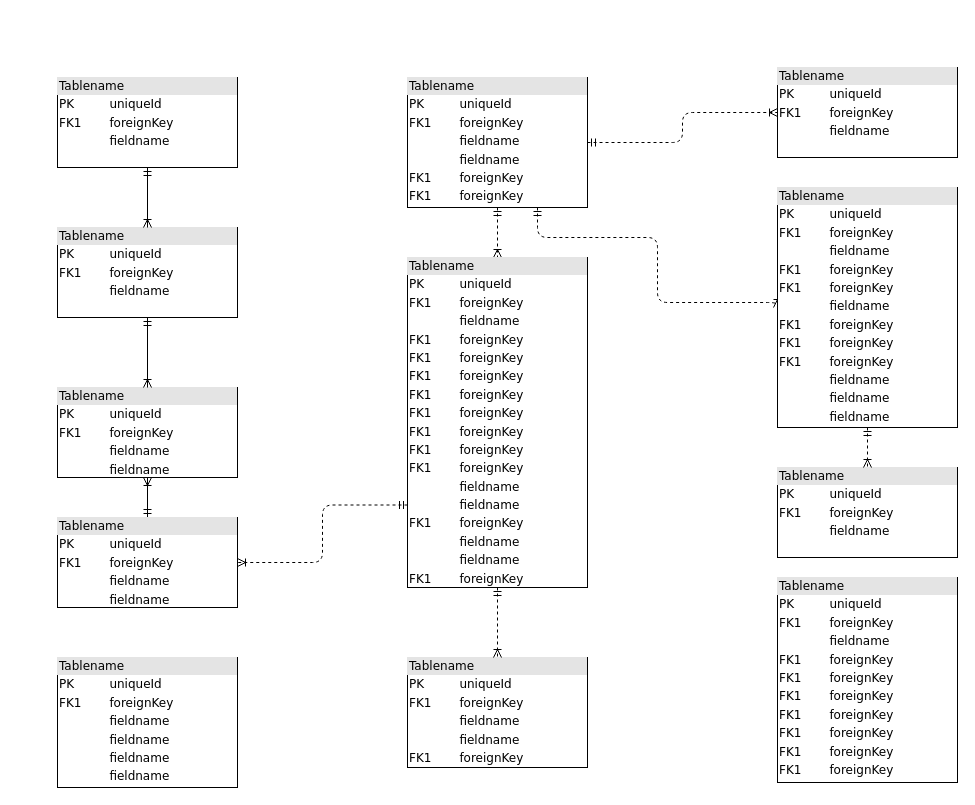
This is Untitled Diagram.drawio from Weather888/Diagrams, a draw.io file, before an edit. Source tidied: cells renumbered, new cells numbered last; positions are measured from the earlier drawing's top-left corner, leaving out a move shared by most shapes. Both pictures are drawn from the tidied source at 100%, with x=0, y=0 at pixel (57, 67).
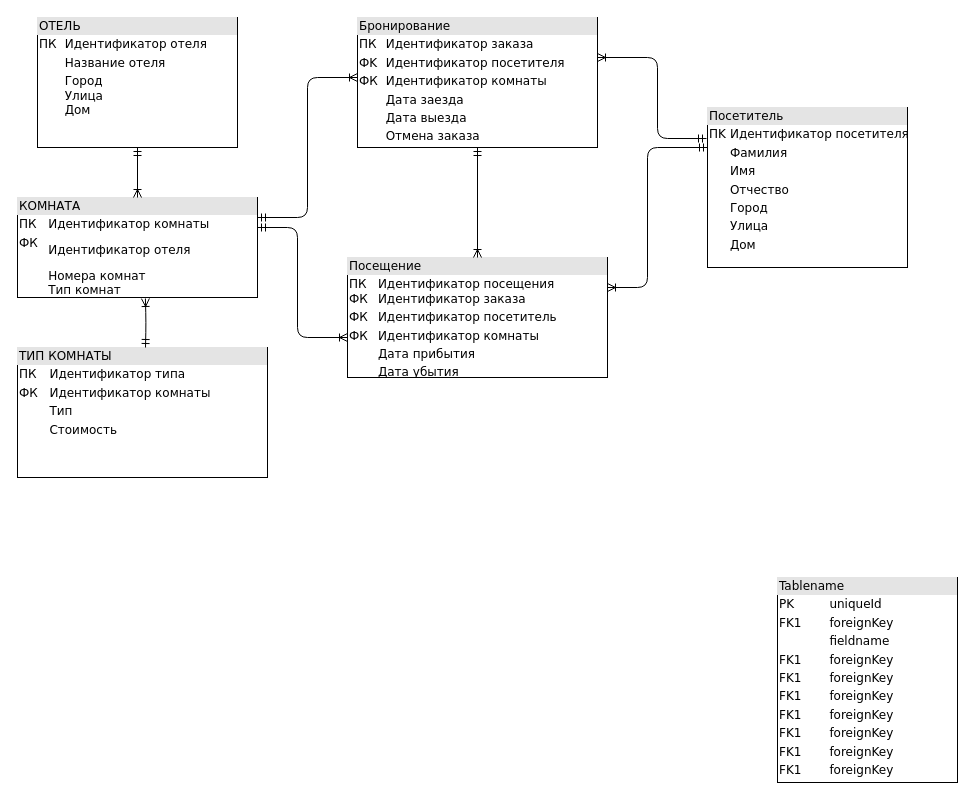
The same diagram, later.

Change to the diagram source:
```diff
@@
-    <mxCell id="2" value="&lt;div style=&quot;box-sizing:border-box;width:100%;background:#e4e4e4;padding:2px;&quot;&gt;Tablename&lt;/div&gt;&lt;table style=&quot;width:100%;font-size:1em;&quot; cellpadding=&quot;2&quot; cellspacing=&quot;0&quot;&gt;&lt;tr&gt;&lt;td&gt;PK&lt;/td&gt;&lt;td&gt;uniqueId&lt;/td&gt;&lt;/tr&gt;&lt;tr&gt;&lt;td&gt;FK1&lt;/td&gt;&lt;td&gt;foreignKey&lt;/td&gt;&lt;/tr&gt;&lt;tr&gt;&lt;td&gt;&lt;/td&gt;&lt;td&gt;fieldname&lt;/td&gt;&lt;/tr&gt;&lt;/table&gt;" style="verticalAlign=top;align=left;overflow=fill;html=1;rounded=0;shadow=0;comic=0;labelBackgroundColor=none;strokeWidth=1;fontFamily=Verdana;fontSize=12;" parent="1" vertex="1">
-      <mxGeometry y="10" width="180" height="90" as="geometry" />
+    <mxCell id="2" value="&lt;div style=&quot;box-sizing: border-box ; width: 100% ; background: #e4e4e4 ; padding: 2px&quot;&gt;ОТЕЛЬ&lt;/div&gt;&lt;table style=&quot;width: 100% ; font-size: 1em&quot; cellpadding=&quot;2&quot; cellspacing=&quot;0&quot;&gt;&lt;tbody&gt;&lt;tr&gt;&lt;td&gt;ПК&lt;/td&gt;&lt;td&gt;Идентификатор отеля&lt;/td&gt;&lt;/tr&gt;&lt;tr&gt;&lt;td&gt;&lt;br&gt;&lt;/td&gt;&lt;td&gt;Название отеля&lt;/td&gt;&lt;/tr&gt;&lt;tr&gt;&lt;td&gt;&lt;/td&gt;&lt;td&gt;Город &lt;br&gt;Улица &lt;br&gt;Дом&lt;br&gt;&lt;br&gt;&lt;/td&gt;&lt;/tr&gt;&lt;/tbody&gt;&lt;/table&gt;" style="verticalAlign=top;align=left;overflow=fill;html=1;rounded=0;shadow=0;comic=0;labelBackgroundColor=none;strokeWidth=1;fontFamily=Verdana;fontSize=12;" parent="1" vertex="1">
+      <mxGeometry x="-20" y="-50" width="200" height="130" as="geometry" />
     </mxCell>
-    <mxCell id="3" style="edgeStyle=orthogonalEdgeStyle;html=1;entryX=0.5;entryY=0;dashed=1;labelBackgroundColor=none;startArrow=ERmandOne;endArrow=ERoneToMany;fontFamily=Verdana;fontSize=12;align=left;" parent="1" edge="1" source="6" target="16">
-      <mxGeometry relative="1" as="geometry" />
-    </mxCell>
-    <mxCell id="4" style="edgeStyle=orthogonalEdgeStyle;html=1;dashed=1;labelBackgroundColor=none;startArrow=ERmandOne;endArrow=ERoneToMany;fontFamily=Verdana;fontSize=12;align=left;entryX=0;entryY=0.5;" parent="1" edge="1" source="6" target="19">
-      <mxGeometry relative="1" as="geometry">
-        <Array as="points">
-          <mxPoint x="480" y="170" />
-          <mxPoint x="600" y="170" />
-          <mxPoint x="600" y="235" />
-        </Array>
-      </mxGeometry>
-    </mxCell>
-    <mxCell id="5" style="edgeStyle=orthogonalEdgeStyle;html=1;dashed=1;labelBackgroundColor=none;startArrow=ERmandOne;endArrow=ERoneToMany;fontFamily=Verdana;fontSize=12;align=left;" parent="1" edge="1" source="6" target="20">
-      <mxGeometry relative="1" as="geometry" />
-    </mxCell>
-    <mxCell id="6" value="&lt;div style=&quot;box-sizing: border-box ; width: 100% ; background: #e4e4e4 ; padding: 2px&quot;&gt;Tablename&lt;/div&gt;&lt;table style=&quot;width: 100% ; font-size: 1em&quot; cellpadding=&quot;2&quot; cellspacing=&quot;0&quot;&gt;&lt;tbody&gt;&lt;tr&gt;&lt;td&gt;PK&lt;/td&gt;&lt;td&gt;uniqueId&lt;/td&gt;&lt;/tr&gt;&lt;tr&gt;&lt;td&gt;FK1&lt;/td&gt;&lt;td&gt;foreignKey&lt;/td&gt;&lt;/tr&gt;&lt;tr&gt;&lt;td&gt;&lt;/td&gt;&lt;td&gt;fieldname&lt;/td&gt;&lt;/tr&gt;&lt;tr&gt;&lt;td&gt;&lt;br&gt;&lt;/td&gt;&lt;td&gt;fieldname&lt;br&gt;&lt;/td&gt;&lt;/tr&gt;&lt;tr&gt;&lt;td&gt;FK1&lt;br&gt;&lt;/td&gt;&lt;td&gt;foreignKey&lt;br&gt;&lt;/td&gt;&lt;/tr&gt;&lt;tr&gt;&lt;td&gt;FK1&lt;br&gt;&lt;/td&gt;&lt;td&gt;foreignKey&lt;br&gt;&lt;/td&gt;&lt;/tr&gt;&lt;/tbody&gt;&lt;/table&gt;" style="verticalAlign=top;align=left;overflow=fill;html=1;rounded=0;shadow=0;comic=0;labelBackgroundColor=none;strokeWidth=1;fontFamily=Verdana;fontSize=12;" parent="1" vertex="1">
-      <mxGeometry x="350" y="10" width="180" height="130" as="geometry" />
+    <mxCell id="6" value="&lt;div style=&quot;box-sizing: border-box ; width: 100% ; background: #e4e4e4 ; padding: 2px&quot;&gt;Бронирование&lt;/div&gt;&lt;table style=&quot;width: 100% ; font-size: 1em&quot; cellpadding=&quot;2&quot; cellspacing=&quot;0&quot;&gt;&lt;tbody&gt;&lt;tr&gt;&lt;td&gt;ПК&lt;/td&gt;&lt;td&gt;Идентификатор заказа&lt;/td&gt;&lt;/tr&gt;&lt;tr&gt;&lt;td&gt;ФK&lt;/td&gt;&lt;td&gt;Идентификатор посетителя&lt;/td&gt;&lt;/tr&gt;&lt;tr&gt;&lt;td&gt;ФК&lt;/td&gt;&lt;td&gt;Идентификатор комнаты&lt;br&gt;&lt;/td&gt;&lt;/tr&gt;&lt;tr&gt;&lt;td&gt;&lt;br&gt;&lt;/td&gt;&lt;td&gt;Дата заезда&lt;br&gt;&lt;/td&gt;&lt;/tr&gt;&lt;tr&gt;&lt;td&gt;&lt;br&gt;&lt;/td&gt;&lt;td&gt;Дата выезда&lt;/td&gt;&lt;/tr&gt;&lt;tr&gt;&lt;td&gt;&lt;br&gt;&lt;/td&gt;&lt;td&gt;Отмена заказа&lt;/td&gt;&lt;/tr&gt;&lt;/tbody&gt;&lt;/table&gt;" style="verticalAlign=top;align=left;overflow=fill;html=1;rounded=0;shadow=0;comic=0;labelBackgroundColor=none;strokeWidth=1;fontFamily=Verdana;fontSize=12;" parent="1" vertex="1">
+      <mxGeometry x="300" y="-50" width="240" height="130" as="geometry" />
     </mxCell>
-    <mxCell id="7" style="edgeStyle=orthogonalEdgeStyle;html=1;labelBackgroundColor=none;startArrow=ERmandOne;endArrow=ERoneToMany;fontFamily=Verdana;fontSize=12;align=left;" parent="1" edge="1" source="9" target="10">
-      <mxGeometry relative="1" as="geometry" />
-    </mxCell>
-    <mxCell id="8" style="edgeStyle=orthogonalEdgeStyle;html=1;exitX=0;exitY=0.75;entryX=1;entryY=0.5;dashed=1;labelBackgroundColor=none;startArrow=ERmandOne;endArrow=ERoneToMany;fontFamily=Verdana;fontSize=12;align=left;" parent="1" edge="1" source="16" target="9">
-      <mxGeometry relative="1" as="geometry" />
-    </mxCell>
-    <mxCell id="9" value="&lt;div style=&quot;box-sizing: border-box ; width: 100% ; background: #e4e4e4 ; padding: 2px&quot;&gt;Tablename&lt;/div&gt;&lt;table style=&quot;width: 100% ; font-size: 1em&quot; cellpadding=&quot;2&quot; cellspacing=&quot;0&quot;&gt;&lt;tbody&gt;&lt;tr&gt;&lt;td&gt;PK&lt;/td&gt;&lt;td&gt;uniqueId&lt;/td&gt;&lt;/tr&gt;&lt;tr&gt;&lt;td&gt;FK1&lt;/td&gt;&lt;td&gt;foreignKey&lt;/td&gt;&lt;/tr&gt;&lt;tr&gt;&lt;td&gt;&lt;/td&gt;&lt;td&gt;fieldname&lt;/td&gt;&lt;/tr&gt;&lt;tr&gt;&lt;td&gt;&lt;br&gt;&lt;/td&gt;&lt;td&gt;fieldname&lt;br&gt;&lt;/td&gt;&lt;/tr&gt;&lt;/tbody&gt;&lt;/table&gt;" style="verticalAlign=top;align=left;overflow=fill;html=1;rounded=0;shadow=0;comic=0;labelBackgroundColor=none;strokeWidth=1;fontFamily=Verdana;fontSize=12;" parent="1" vertex="1">
-      <mxGeometry y="450" width="180" height="90" as="geometry" />
-    </mxCell>
+    <mxCell id="23" style="edgeStyle=orthogonalEdgeStyle;rounded=0;orthogonalLoop=1;jettySize=auto;html=1;" parent="1" edge="1">
+      <mxGeometry relative="1" as="geometry">
+        <mxPoint x="90" y="310" as="sourcePoint" />
+        <mxPoint x="90" y="310" as="targetPoint" />
+      </mxGeometry>
+    </mxCell>
+    <mxCell id="24" style="edgeStyle=orthogonalEdgeStyle;rounded=0;jettySize=auto;html=1;exitX=0.5;exitY=0;exitDx=0;exitDy=0;" parent="1" edge="1" source="10">
+      <mxGeometry relative="1" as="geometry">
+        <mxPoint x="90" y="290" as="targetPoint" />
+      </mxGeometry>
+    </mxCell>
-    <mxCell id="10" value="&lt;div style=&quot;box-sizing: border-box ; width: 100% ; background: #e4e4e4 ; padding: 2px&quot;&gt;Tablename&lt;/div&gt;&lt;table style=&quot;width: 100% ; font-size: 1em&quot; cellpadding=&quot;2&quot; cellspacing=&quot;0&quot;&gt;&lt;tbody&gt;&lt;tr&gt;&lt;td&gt;PK&lt;/td&gt;&lt;td&gt;uniqueId&lt;/td&gt;&lt;/tr&gt;&lt;tr&gt;&lt;td&gt;FK1&lt;/td&gt;&lt;td&gt;foreignKey&lt;/td&gt;&lt;/tr&gt;&lt;tr&gt;&lt;td&gt;&lt;/td&gt;&lt;td&gt;fieldname&lt;/td&gt;&lt;/tr&gt;&lt;tr&gt;&lt;td&gt;&lt;br&gt;&lt;/td&gt;&lt;td&gt;fieldname&lt;br&gt;&lt;/td&gt;&lt;/tr&gt;&lt;/tbody&gt;&lt;/table&gt;" style="verticalAlign=top;align=left;overflow=fill;html=1;rounded=0;shadow=0;comic=0;labelBackgroundColor=none;strokeWidth=1;fontFamily=Verdana;fontSize=12;" parent="1" vertex="1">
-      <mxGeometry y="320" width="180" height="90" as="geometry" />
+    <mxCell id="10" value="&lt;div style=&quot;box-sizing: border-box ; width: 100% ; background: #e4e4e4 ; padding: 2px&quot;&gt;ТИП КОМНАТЫ&lt;/div&gt;&lt;table style=&quot;width: 100% ; font-size: 1em&quot; cellpadding=&quot;2&quot; cellspacing=&quot;0&quot;&gt;&lt;tbody&gt;&lt;tr&gt;&lt;td&gt;ПК&lt;/td&gt;&lt;td&gt;Идентификатор типа&lt;/td&gt;&lt;/tr&gt;&lt;tr&gt;&lt;td&gt;ФК&lt;/td&gt;&lt;td&gt;Идентификатор комнаты&lt;br&gt;&lt;/td&gt;&lt;/tr&gt;&lt;tr&gt;&lt;td&gt;&lt;/td&gt;&lt;td&gt;Тип&lt;/td&gt;&lt;/tr&gt;&lt;tr&gt;&lt;td&gt;&lt;br&gt;&lt;/td&gt;&lt;td&gt;Стоимость&lt;/td&gt;&lt;/tr&gt;&lt;/tbody&gt;&lt;/table&gt;" style="verticalAlign=top;align=left;overflow=fill;html=1;rounded=0;shadow=0;comic=0;labelBackgroundColor=none;strokeWidth=1;fontFamily=Verdana;fontSize=12;" parent="1" vertex="1">
+      <mxGeometry x="-40" y="280" width="250" height="130" as="geometry" />
     </mxCell>
-    <mxCell id="11" style="edgeStyle=orthogonalEdgeStyle;html=1;entryX=0.5;entryY=0;labelBackgroundColor=none;startArrow=ERmandOne;endArrow=ERoneToMany;fontFamily=Verdana;fontSize=12;align=left;" parent="1" edge="1" source="12" target="10">
-      <mxGeometry relative="1" as="geometry" />
-    </mxCell>
-    <mxCell id="12" value="&lt;div style=&quot;box-sizing:border-box;width:100%;background:#e4e4e4;padding:2px;&quot;&gt;Tablename&lt;/div&gt;&lt;table style=&quot;width:100%;font-size:1em;&quot; cellpadding=&quot;2&quot; cellspacing=&quot;0&quot;&gt;&lt;tr&gt;&lt;td&gt;PK&lt;/td&gt;&lt;td&gt;uniqueId&lt;/td&gt;&lt;/tr&gt;&lt;tr&gt;&lt;td&gt;FK1&lt;/td&gt;&lt;td&gt;foreignKey&lt;/td&gt;&lt;/tr&gt;&lt;tr&gt;&lt;td&gt;&lt;/td&gt;&lt;td&gt;fieldname&lt;/td&gt;&lt;/tr&gt;&lt;/table&gt;" style="verticalAlign=top;align=left;overflow=fill;html=1;rounded=0;shadow=0;comic=0;labelBackgroundColor=none;strokeWidth=1;fontFamily=Verdana;fontSize=12;" parent="1" vertex="1">
-      <mxGeometry y="160" width="180" height="90" as="geometry" />
+    <mxCell id="12" value="&lt;div style=&quot;box-sizing: border-box ; width: 100% ; background: #e4e4e4 ; padding: 2px&quot;&gt;КОМНАТА&lt;/div&gt;&lt;table style=&quot;width: 100% ; font-size: 1em&quot; cellpadding=&quot;2&quot; cellspacing=&quot;0&quot;&gt;&lt;tbody&gt;&lt;tr&gt;&lt;td&gt;ПК&lt;/td&gt;&lt;td&gt;Идентификатор комнаты&lt;/td&gt;&lt;/tr&gt;&lt;tr&gt;&lt;td&gt;ФК&lt;br&gt;&lt;br&gt;&lt;/td&gt;&lt;td&gt;Идентификатор отеля&lt;/td&gt;&lt;/tr&gt;&lt;tr&gt;&lt;td&gt;&lt;/td&gt;&lt;td&gt;Номера комнат &lt;br&gt;Тип комнат&lt;/td&gt;&lt;/tr&gt;&lt;/tbody&gt;&lt;/table&gt;" style="verticalAlign=top;align=left;overflow=fill;html=1;rounded=0;shadow=0;comic=0;labelBackgroundColor=none;strokeWidth=1;fontFamily=Verdana;fontSize=12;" parent="1" vertex="1">
+      <mxGeometry x="-40" y="130" width="240" height="100" as="geometry" />
     </mxCell>
@@
-    <mxCell id="14" value="&lt;div style=&quot;box-sizing: border-box ; width: 100% ; background: #e4e4e4 ; padding: 2px&quot;&gt;Tablename&lt;/div&gt;&lt;table style=&quot;width: 100% ; font-size: 1em&quot; cellpadding=&quot;2&quot; cellspacing=&quot;0&quot;&gt;&lt;tbody&gt;&lt;tr&gt;&lt;td&gt;PK&lt;/td&gt;&lt;td&gt;uniqueId&lt;/td&gt;&lt;/tr&gt;&lt;tr&gt;&lt;td&gt;FK1&lt;/td&gt;&lt;td&gt;foreignKey&lt;/td&gt;&lt;/tr&gt;&lt;tr&gt;&lt;td&gt;&lt;/td&gt;&lt;td&gt;fieldname&lt;/td&gt;&lt;/tr&gt;&lt;tr&gt;&lt;td&gt;&lt;br&gt;&lt;/td&gt;&lt;td&gt;fieldname&lt;br&gt;&lt;/td&gt;&lt;/tr&gt;&lt;tr&gt;&lt;td&gt;FK1&lt;br&gt;&lt;/td&gt;&lt;td&gt;foreignKey&lt;br&gt;&lt;/td&gt;&lt;/tr&gt;&lt;/tbody&gt;&lt;/table&gt;" style="verticalAlign=top;align=left;overflow=fill;html=1;rounded=0;shadow=0;comic=0;labelBackgroundColor=none;strokeWidth=1;fontFamily=Verdana;fontSize=12;" parent="1" vertex="1">
-      <mxGeometry x="350" y="590" width="180" height="110" as="geometry" />
-    </mxCell>
-    <mxCell id="15" style="edgeStyle=orthogonalEdgeStyle;html=1;entryX=0.5;entryY=0;labelBackgroundColor=none;startArrow=ERmandOne;endArrow=ERoneToMany;fontFamily=Verdana;fontSize=12;align=left;dashed=1;" parent="1" edge="1" source="16" target="14">
-      <mxGeometry relative="1" as="geometry" />
-    </mxCell>
-    <mxCell id="16" value="&lt;div style=&quot;box-sizing: border-box ; width: 100% ; background: #e4e4e4 ; padding: 2px&quot;&gt;Tablename&lt;/div&gt;&lt;table style=&quot;width: 100% ; font-size: 1em&quot; cellpadding=&quot;2&quot; cellspacing=&quot;0&quot;&gt;&lt;tbody&gt;&lt;tr&gt;&lt;td&gt;PK&lt;/td&gt;&lt;td&gt;uniqueId&lt;/td&gt;&lt;/tr&gt;&lt;tr&gt;&lt;td&gt;FK1&lt;/td&gt;&lt;td&gt;foreignKey&lt;/td&gt;&lt;/tr&gt;&lt;tr&gt;&lt;td&gt;&lt;/td&gt;&lt;td&gt;fieldname&lt;/td&gt;&lt;/tr&gt;&lt;tr&gt;&lt;td&gt;FK1&lt;br&gt;&lt;/td&gt;&lt;td&gt;foreignKey&lt;br&gt;&lt;/td&gt;&lt;/tr&gt;&lt;tr&gt;&lt;td&gt;FK1&lt;br&gt;&lt;/td&gt;&lt;td&gt;foreignKey&lt;br&gt;&lt;/td&gt;&lt;/tr&gt;&lt;tr&gt;&lt;td&gt;FK1&lt;br&gt;&lt;/td&gt;&lt;td&gt;foreignKey&lt;br&gt;&lt;/td&gt;&lt;/tr&gt;&lt;tr&gt;&lt;td&gt;FK1&lt;br&gt;&lt;/td&gt;&lt;td&gt;foreignKey&lt;br&gt;&lt;/td&gt;&lt;/tr&gt;&lt;tr&gt;&lt;td&gt;FK1&lt;br&gt;&lt;/td&gt;&lt;td&gt;foreignKey&lt;br&gt;&lt;/td&gt;&lt;/tr&gt;&lt;tr&gt;&lt;td&gt;FK1&lt;br&gt;&lt;/td&gt;&lt;td&gt;foreignKey&lt;br&gt;&lt;/td&gt;&lt;/tr&gt;&lt;tr&gt;&lt;td&gt;FK1&lt;br&gt;&lt;/td&gt;&lt;td&gt;foreignKey&lt;br&gt;&lt;/td&gt;&lt;/tr&gt;&lt;tr&gt;&lt;td&gt;FK1&lt;br&gt;&lt;/td&gt;&lt;td&gt;foreignKey&lt;br&gt;&lt;/td&gt;&lt;/tr&gt;&lt;tr&gt;&lt;td&gt;&lt;br&gt;&lt;/td&gt;&lt;td&gt;fieldname&lt;br&gt;&lt;/td&gt;&lt;/tr&gt;&lt;tr&gt;&lt;td&gt;&lt;br&gt;&lt;/td&gt;&lt;td&gt;fieldname&lt;br&gt;&lt;/td&gt;&lt;/tr&gt;&lt;tr&gt;&lt;td&gt;FK1&lt;br&gt;&lt;/td&gt;&lt;td&gt;foreignKey&lt;br&gt;&lt;/td&gt;&lt;/tr&gt;&lt;tr&gt;&lt;td&gt;&lt;br&gt;&lt;/td&gt;&lt;td&gt;fieldname&lt;br&gt;&lt;/td&gt;&lt;/tr&gt;&lt;tr&gt;&lt;td&gt;&lt;br&gt;&lt;/td&gt;&lt;td&gt;fieldname&lt;br&gt;&lt;/td&gt;&lt;/tr&gt;&lt;tr&gt;&lt;td&gt;FK1&lt;br&gt;&lt;/td&gt;&lt;td&gt;foreignKey&lt;br&gt;&lt;/td&gt;&lt;/tr&gt;&lt;/tbody&gt;&lt;/table&gt;" style="verticalAlign=top;align=left;overflow=fill;html=1;rounded=0;shadow=0;comic=0;labelBackgroundColor=none;strokeWidth=1;fontFamily=Verdana;fontSize=12;" parent="1" vertex="1">
-      <mxGeometry x="350" y="190" width="180" height="330" as="geometry" />
+    <mxCell id="16" value="&lt;div style=&quot;box-sizing: border-box ; width: 100% ; background: #e4e4e4 ; padding: 2px&quot;&gt;Посещение&amp;nbsp;&lt;/div&gt;&lt;table style=&quot;width: 100% ; font-size: 1em&quot; cellpadding=&quot;2&quot; cellspacing=&quot;0&quot;&gt;&lt;tbody&gt;&lt;tr&gt;&lt;td&gt;ПК&lt;br&gt;ФК&lt;/td&gt;&lt;td&gt;Идентификатор посещения&lt;br&gt;Идентификатор заказа&lt;/td&gt;&lt;/tr&gt;&lt;tr&gt;&lt;td&gt;ФК&lt;/td&gt;&lt;td&gt;Идентификатор посетитель&lt;/td&gt;&lt;/tr&gt;&lt;tr&gt;&lt;td&gt;ФК&lt;/td&gt;&lt;td&gt;Идентификатор комнаты&amp;nbsp;&lt;/td&gt;&lt;/tr&gt;&lt;tr&gt;&lt;td&gt;&lt;br&gt;&lt;/td&gt;&lt;td&gt;Дата прибытия&lt;/td&gt;&lt;/tr&gt;&lt;tr&gt;&lt;td&gt;&lt;br&gt;&lt;/td&gt;&lt;td&gt;Дата убытия&lt;/td&gt;&lt;/tr&gt;&lt;tr&gt;&lt;td&gt;&lt;/td&gt;&lt;td&gt;&lt;br&gt;&lt;/td&gt;&lt;/tr&gt;&lt;/tbody&gt;&lt;/table&gt;" style="verticalAlign=top;align=left;overflow=fill;html=1;rounded=0;shadow=0;comic=0;labelBackgroundColor=none;strokeWidth=1;fontFamily=Verdana;fontSize=12;" parent="1" vertex="1">
+      <mxGeometry x="290" y="190" width="260" height="120" as="geometry" />
     </mxCell>
-    <mxCell id="17" value="&lt;div style=&quot;box-sizing:border-box;width:100%;background:#e4e4e4;padding:2px;&quot;&gt;Tablename&lt;/div&gt;&lt;table style=&quot;width:100%;font-size:1em;&quot; cellpadding=&quot;2&quot; cellspacing=&quot;0&quot;&gt;&lt;tr&gt;&lt;td&gt;PK&lt;/td&gt;&lt;td&gt;uniqueId&lt;/td&gt;&lt;/tr&gt;&lt;tr&gt;&lt;td&gt;FK1&lt;/td&gt;&lt;td&gt;foreignKey&lt;/td&gt;&lt;/tr&gt;&lt;tr&gt;&lt;td&gt;&lt;/td&gt;&lt;td&gt;fieldname&lt;/td&gt;&lt;/tr&gt;&lt;/table&gt;" style="verticalAlign=top;align=left;overflow=fill;html=1;rounded=0;shadow=0;comic=0;labelBackgroundColor=none;strokeWidth=1;fontFamily=Verdana;fontSize=12;" parent="1" vertex="1">
-      <mxGeometry x="720" y="400" width="180" height="90" as="geometry" />
-    </mxCell>
-    <mxCell id="18" style="edgeStyle=orthogonalEdgeStyle;html=1;entryX=0.5;entryY=0;dashed=1;labelBackgroundColor=none;startArrow=ERmandOne;endArrow=ERoneToMany;fontFamily=Verdana;fontSize=12;align=left;" parent="1" edge="1" source="19" target="17">
-      <mxGeometry relative="1" as="geometry" />
-    </mxCell>
-    <mxCell id="19" value="&lt;div style=&quot;box-sizing: border-box ; width: 100% ; background: #e4e4e4 ; padding: 2px&quot;&gt;Tablename&lt;/div&gt;&lt;table style=&quot;width: 100% ; font-size: 1em&quot; cellpadding=&quot;2&quot; cellspacing=&quot;0&quot;&gt;&lt;tbody&gt;&lt;tr&gt;&lt;td&gt;PK&lt;/td&gt;&lt;td&gt;uniqueId&lt;/td&gt;&lt;/tr&gt;&lt;tr&gt;&lt;td&gt;FK1&lt;/td&gt;&lt;td&gt;foreignKey&lt;/td&gt;&lt;/tr&gt;&lt;tr&gt;&lt;td&gt;&lt;/td&gt;&lt;td&gt;fieldname&lt;/td&gt;&lt;/tr&gt;&lt;tr&gt;&lt;td&gt;FK1&lt;br&gt;&lt;/td&gt;&lt;td&gt;foreignKey&lt;br&gt;&lt;/td&gt;&lt;/tr&gt;&lt;tr&gt;&lt;td&gt;FK1&lt;br&gt;&lt;/td&gt;&lt;td&gt;foreignKey&lt;br&gt;&lt;/td&gt;&lt;/tr&gt;&lt;tr&gt;&lt;td&gt;&lt;br&gt;&lt;/td&gt;&lt;td&gt;fieldname&lt;br&gt;&lt;/td&gt;&lt;/tr&gt;&lt;tr&gt;&lt;td&gt;FK1&lt;br&gt;&lt;/td&gt;&lt;td&gt;foreignKey&lt;br&gt;&lt;/td&gt;&lt;/tr&gt;&lt;tr&gt;&lt;td&gt;FK1&lt;br&gt;&lt;/td&gt;&lt;td&gt;foreignKey&lt;br&gt;&lt;/td&gt;&lt;/tr&gt;&lt;tr&gt;&lt;td&gt;FK1&lt;br&gt;&lt;/td&gt;&lt;td&gt;foreignKey&lt;br&gt;&lt;/td&gt;&lt;/tr&gt;&lt;tr&gt;&lt;td&gt;&lt;br&gt;&lt;/td&gt;&lt;td&gt;fieldname&lt;br&gt;&lt;/td&gt;&lt;/tr&gt;&lt;tr&gt;&lt;td&gt;&lt;br&gt;&lt;/td&gt;&lt;td&gt;fieldname&lt;br&gt;&lt;/td&gt;&lt;/tr&gt;&lt;tr&gt;&lt;td&gt;&lt;br&gt;&lt;/td&gt;&lt;td&gt;fieldname&lt;br&gt;&lt;/td&gt;&lt;/tr&gt;&lt;/tbody&gt;&lt;/table&gt;" style="verticalAlign=top;align=left;overflow=fill;html=1;rounded=0;shadow=0;comic=0;labelBackgroundColor=none;strokeWidth=1;fontFamily=Verdana;fontSize=12;" parent="1" vertex="1">
-      <mxGeometry x="720" y="120" width="180" height="240" as="geometry" />
+    <mxCell id="19" value="&lt;div style=&quot;box-sizing: border-box ; width: 100% ; background: #e4e4e4 ; padding: 2px&quot;&gt;Посетитель&lt;/div&gt;&lt;table style=&quot;width: 100% ; font-size: 1em&quot; cellpadding=&quot;2&quot; cellspacing=&quot;0&quot;&gt;&lt;tbody&gt;&lt;tr&gt;&lt;td&gt;ПK&lt;/td&gt;&lt;td&gt;Идентификатор посетителя&lt;/td&gt;&lt;/tr&gt;&lt;tr&gt;&lt;td&gt;&lt;br&gt;&lt;/td&gt;&lt;td&gt;Фамилия&lt;/td&gt;&lt;/tr&gt;&lt;tr&gt;&lt;td&gt;&lt;/td&gt;&lt;td&gt;Имя&lt;/td&gt;&lt;/tr&gt;&lt;tr&gt;&lt;td&gt;&lt;br&gt;&lt;/td&gt;&lt;td&gt;Отчество&lt;/td&gt;&lt;/tr&gt;&lt;tr&gt;&lt;td&gt;&lt;br&gt;&lt;/td&gt;&lt;td&gt;Город&lt;/td&gt;&lt;/tr&gt;&lt;tr&gt;&lt;td&gt;&lt;br&gt;&lt;/td&gt;&lt;td&gt;Улица&lt;/td&gt;&lt;/tr&gt;&lt;tr&gt;&lt;td&gt;&lt;br&gt;&lt;/td&gt;&lt;td&gt;Дом&lt;/td&gt;&lt;/tr&gt;&lt;tr&gt;&lt;td&gt;&lt;br&gt;&lt;/td&gt;&lt;td&gt;&lt;br&gt;&lt;/td&gt;&lt;/tr&gt;&lt;tr&gt;&lt;td&gt;&lt;br&gt;&lt;/td&gt;&lt;td&gt;&lt;br&gt;&lt;/td&gt;&lt;/tr&gt;&lt;tr&gt;&lt;td&gt;&lt;br&gt;&lt;/td&gt;&lt;td&gt;&lt;br&gt;&lt;/td&gt;&lt;/tr&gt;&lt;tr&gt;&lt;td&gt;&lt;br&gt;&lt;/td&gt;&lt;td&gt;&lt;br&gt;&lt;/td&gt;&lt;/tr&gt;&lt;tr&gt;&lt;td&gt;&lt;br&gt;&lt;/td&gt;&lt;td&gt;&lt;br&gt;&lt;/td&gt;&lt;/tr&gt;&lt;/tbody&gt;&lt;/table&gt;" style="verticalAlign=top;align=left;overflow=fill;html=1;rounded=0;shadow=0;comic=0;labelBackgroundColor=none;strokeWidth=1;fontFamily=Verdana;fontSize=12;" parent="1" vertex="1">
+      <mxGeometry x="650" y="40" width="200" height="160" as="geometry" />
     </mxCell>
-    <mxCell id="20" value="&lt;div style=&quot;box-sizing:border-box;width:100%;background:#e4e4e4;padding:2px;&quot;&gt;Tablename&lt;/div&gt;&lt;table style=&quot;width:100%;font-size:1em;&quot; cellpadding=&quot;2&quot; cellspacing=&quot;0&quot;&gt;&lt;tr&gt;&lt;td&gt;PK&lt;/td&gt;&lt;td&gt;uniqueId&lt;/td&gt;&lt;/tr&gt;&lt;tr&gt;&lt;td&gt;FK1&lt;/td&gt;&lt;td&gt;foreignKey&lt;/td&gt;&lt;/tr&gt;&lt;tr&gt;&lt;td&gt;&lt;/td&gt;&lt;td&gt;fieldname&lt;/td&gt;&lt;/tr&gt;&lt;/table&gt;" style="verticalAlign=top;align=left;overflow=fill;html=1;rounded=0;shadow=0;comic=0;labelBackgroundColor=none;strokeWidth=1;fontFamily=Verdana;fontSize=12;" parent="1" vertex="1">
-      <mxGeometry x="720" width="180" height="90" as="geometry" />
-    </mxCell>
-    <mxCell id="21" value="&lt;div style=&quot;box-sizing: border-box ; width: 100% ; background: #e4e4e4 ; padding: 2px&quot;&gt;Tablename&lt;/div&gt;&lt;table style=&quot;width: 100% ; font-size: 1em&quot; cellpadding=&quot;2&quot; cellspacing=&quot;0&quot;&gt;&lt;tbody&gt;&lt;tr&gt;&lt;td&gt;PK&lt;/td&gt;&lt;td&gt;uniqueId&lt;/td&gt;&lt;/tr&gt;&lt;tr&gt;&lt;td&gt;FK1&lt;/td&gt;&lt;td&gt;foreignKey&lt;/td&gt;&lt;/tr&gt;&lt;tr&gt;&lt;td&gt;&lt;/td&gt;&lt;td&gt;fieldname&lt;/td&gt;&lt;/tr&gt;&lt;tr&gt;&lt;td&gt;&lt;br&gt;&lt;/td&gt;&lt;td&gt;fieldname&lt;br&gt;&lt;/td&gt;&lt;/tr&gt;&lt;tr&gt;&lt;td&gt;&lt;br&gt;&lt;/td&gt;&lt;td&gt;fieldname&lt;br&gt;&lt;/td&gt;&lt;/tr&gt;&lt;tr&gt;&lt;td&gt;&lt;br&gt;&lt;/td&gt;&lt;td&gt;fieldname&lt;br&gt;&lt;/td&gt;&lt;/tr&gt;&lt;/tbody&gt;&lt;/table&gt;" style="verticalAlign=top;align=left;overflow=fill;html=1;rounded=0;shadow=0;comic=0;labelBackgroundColor=none;strokeWidth=1;fontFamily=Verdana;fontSize=12;" parent="1" vertex="1">
-      <mxGeometry y="590" width="180" height="130" as="geometry" />
-    </mxCell>
@@
+    <mxCell id="25" style="edgeStyle=orthogonalEdgeStyle;html=1;labelBackgroundColor=none;startArrow=ERmandOne;endArrow=ERoneToMany;fontFamily=Verdana;fontSize=12;align=left;entryX=0.533;entryY=1.01;entryDx=0;entryDy=0;entryPerimeter=0;" parent="1" edge="1" target="12">
+      <mxGeometry relative="1" as="geometry">
+        <mxPoint x="88" y="280" as="sourcePoint" />
+      </mxGeometry>
+    </mxCell>
+    <mxCell id="26" style="edgeStyle=orthogonalEdgeStyle;html=1;labelBackgroundColor=none;startArrow=ERmandOne;endArrow=ERoneToMany;fontFamily=Verdana;fontSize=12;align=left;" parent="1" edge="1">
+      <mxGeometry relative="1" as="geometry">
+        <mxPoint x="200" y="150" as="sourcePoint" />
+        <mxPoint x="300" y="10" as="targetPoint" />
+        <Array as="points">
+          <mxPoint x="250" y="150" />
+          <mxPoint x="250" y="10" />
+        </Array>
+      </mxGeometry>
+    </mxCell>
+    <mxCell id="27" style="edgeStyle=orthogonalEdgeStyle;html=1;endArrow=ERoneToMany;startArrow=ERmandOne;labelBackgroundColor=none;fontFamily=Verdana;fontSize=12;align=left;exitX=1;exitY=0.3;exitDx=0;exitDy=0;exitPerimeter=0;" parent="1" edge="1" source="12">
+      <mxGeometry relative="1" as="geometry">
+        <mxPoint x="290" y="270" as="targetPoint" />
+        <Array as="points">
+          <mxPoint x="240" y="160" />
+          <mxPoint x="240" y="270" />
+        </Array>
+      </mxGeometry>
+    </mxCell>
+    <mxCell id="28" style="edgeStyle=orthogonalEdgeStyle;html=1;endArrow=ERoneToMany;startArrow=ERmandOne;labelBackgroundColor=none;fontFamily=Verdana;fontSize=12;align=left;exitX=-0.005;exitY=0.194;exitDx=0;exitDy=0;exitPerimeter=0;" parent="1" edge="1" source="19">
+      <mxGeometry relative="1" as="geometry">
+        <mxPoint x="540" y="-10" as="targetPoint" />
+        <Array as="points">
+          <mxPoint x="600" y="71" />
+          <mxPoint x="600" y="-10" />
+        </Array>
+      </mxGeometry>
+    </mxCell>
+    <mxCell id="29" style="edgeStyle=orthogonalEdgeStyle;html=1;endArrow=ERoneToMany;startArrow=ERmandOne;labelBackgroundColor=none;fontFamily=Verdana;fontSize=12;align=left;exitX=0;exitY=0.25;exitDx=0;exitDy=0;" parent="1" edge="1" source="19">
+      <mxGeometry relative="1" as="geometry">
+        <mxPoint x="550" y="220" as="targetPoint" />
+        <Array as="points">
+          <mxPoint x="590" y="80" />
+          <mxPoint x="590" y="220" />
+        </Array>
+      </mxGeometry>
+    </mxCell>
+    <mxCell id="3" style="edgeStyle=orthogonalEdgeStyle;html=1;endArrow=ERoneToMany;startArrow=ERmandOne;labelBackgroundColor=none;fontFamily=Verdana;fontSize=12;align=left;exitX=0.5;exitY=1;exitDx=0;exitDy=0;" parent="1" edge="1" source="6" target="16">
+      <mxGeometry relative="1" as="geometry" />
+    </mxCell>
```
